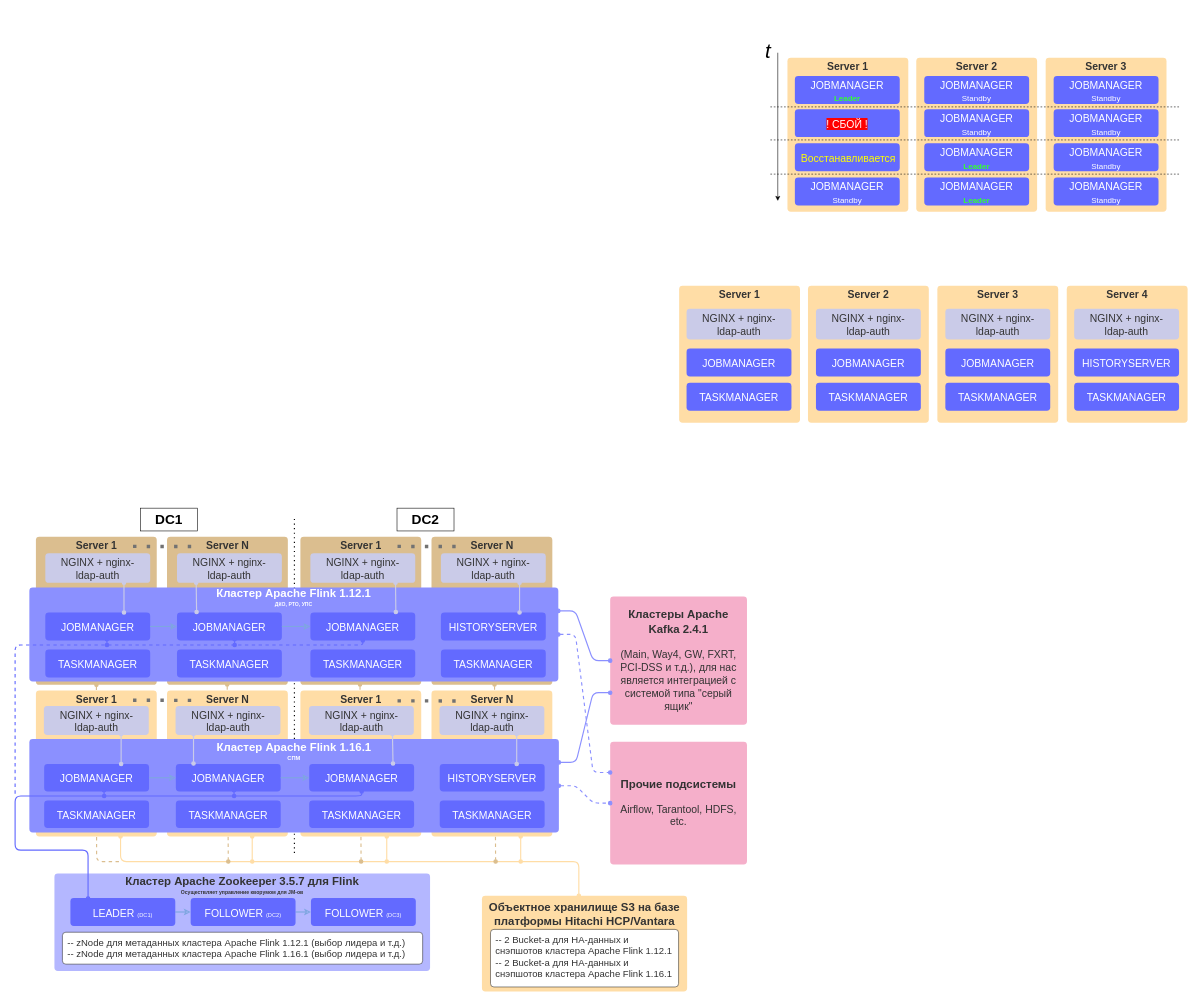
The draw.io diagram Flink 2.drawio in parametriq/diagrams, before the edit. Source tidied: cells renumbered, new cells numbered last; positions are measured from the earlier drawing's top-left corner, leaving out a move shared by most shapes. Both pictures are drawn from the tidied source at 57%, with x=0, y=0 at pixel (15, 35).
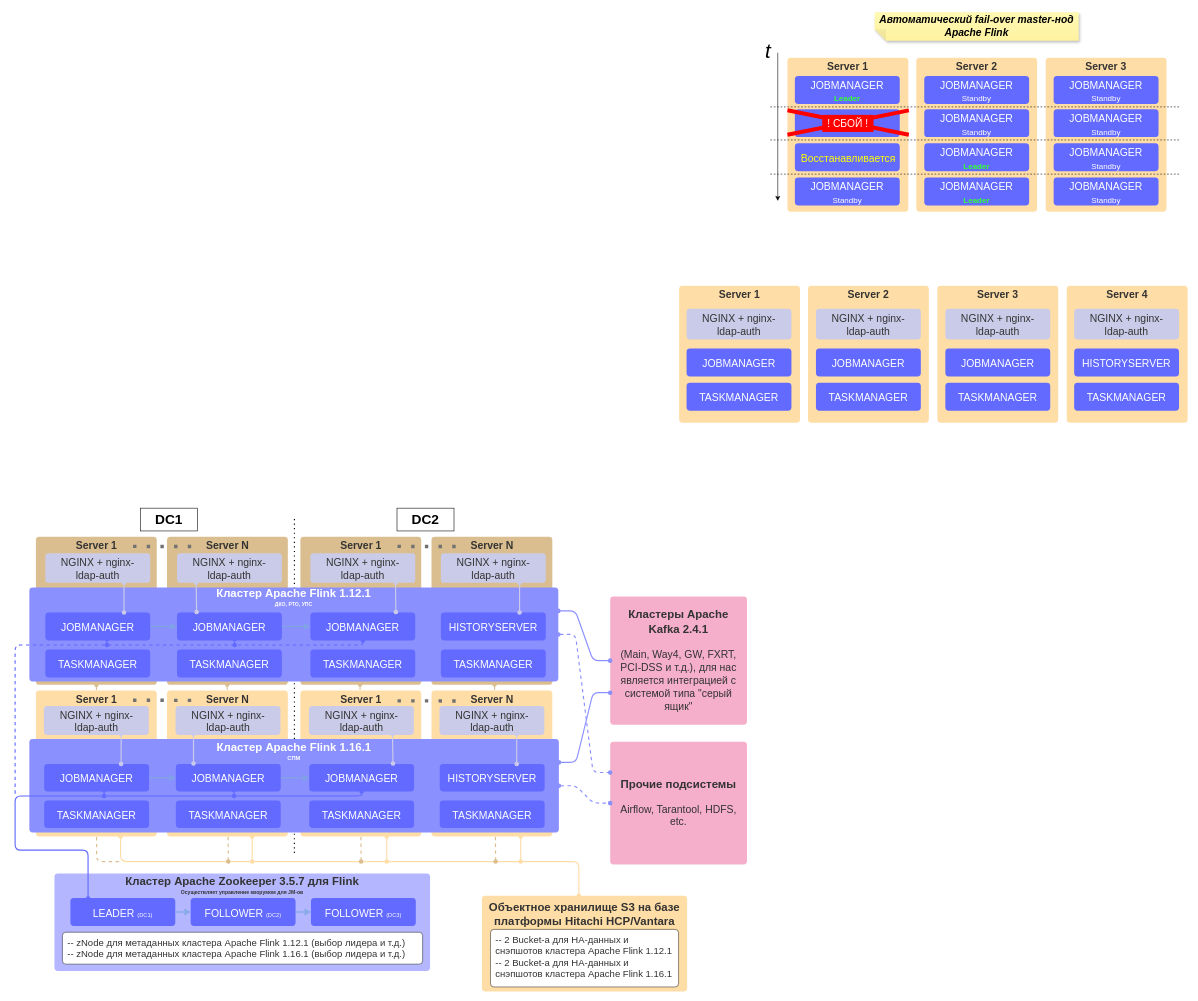
The same page after the edit.

The change refers to these unchanged cells:
```xml
<mxCell id="2" value="Server 1" style="html=1;overflow=block;blockSpacing=1;whiteSpace=wrap;fontSize=18.3;fontColor=#333333;fontStyle=1;spacingLeft=8.4;spacingRight=8.4;spacingTop=2.4;spacing=3.6;verticalAlign=top;strokeOpacity=0;fillOpacity=100;rounded=1;absoluteArcSize=1;arcSize=12;fillColor=#ffdda6;strokeWidth=0.8;" parent="1" vertex="1">
  <mxGeometry x="1355" y="40" width="212" height="270" as="geometry" />
</mxCell>
```

Change to the diagram source:
```diff
@@
-    <mxCell id="108" value="&lt;span style=&quot;background-color: rgb(255, 0, 0);&quot;&gt;! СБОЙ ! &lt;br&gt;&lt;/span&gt;" style="html=1;overflow=block;blockSpacing=1;whiteSpace=wrap;fontSize=18.3;fontColor=#ffffff;align=center;spacingLeft=8.4;spacingRight=8.4;spacingTop=2.4;spacing=3.6;strokeOpacity=0;fillOpacity=100;rounded=1;absoluteArcSize=1;arcSize=12;fillColor=#636aff;strokeWidth=0.8;" parent="1" vertex="1">
+    <mxCell id="108" style="html=1;overflow=block;blockSpacing=1;whiteSpace=wrap;fontSize=18.3;fontColor=#ffffff;align=center;spacingLeft=8.4;spacingRight=8.4;spacingTop=2.4;spacing=3.6;strokeOpacity=0;fillOpacity=100;rounded=1;absoluteArcSize=1;arcSize=12;fillColor=#636aff;strokeWidth=0.8;" parent="1" vertex="1">
       <mxGeometry x="1368" y="130" width="184" height="49" as="geometry" />
     </mxCell>
+    <mxCell id="120" style="endArrow=none;html=1;rounded=0;entryX=1.005;entryY=0.341;entryDx=0;entryDy=0;entryPerimeter=0;exitX=0;exitY=0.5;exitDx=0;exitDy=0;strokeColor=#FF0000;strokeWidth=7;" parent="1" edge="1" source="2" target="2">
+      <mxGeometry relative="1" as="geometry" />
+    </mxCell>
@@
+    <mxCell id="121" style="endArrow=none;html=1;rounded=0;entryX=1.005;entryY=0.341;entryDx=0;entryDy=0;entryPerimeter=0;exitX=0;exitY=0.5;exitDx=0;exitDy=0;strokeColor=#FF0000;strokeWidth=7;" parent="1" edge="1">
+      <mxGeometry relative="1" as="geometry">
+        <mxPoint x="1355" y="132" as="sourcePoint" />
+        <mxPoint x="1568" y="175" as="targetPoint" />
+      </mxGeometry>
+    </mxCell>
+    <mxCell id="122" value="&lt;font color=&quot;#ffffff&quot; style=&quot;font-size: 18px;&quot;&gt;&lt;span style=&quot;background-color: rgb(255, 0, 0);&quot;&gt;! СБОЙ ! &lt;br&gt;&lt;/span&gt;&lt;/font&gt;" style="rounded=0;whiteSpace=wrap;html=1;fillColor=#FF0000;strokeColor=none;" parent="1" vertex="1">
+      <mxGeometry x="1416" y="140" width="90" height="30" as="geometry" />
+    </mxCell>
+    <mxCell id="123" value="&lt;b&gt;&lt;font style=&quot;font-size: 18px;&quot;&gt;&lt;i&gt;Автоматический fail-over master-нод Apache Flink&lt;/i&gt;&lt;/font&gt;&lt;/b&gt;" style="shape=note;whiteSpace=wrap;html=1;backgroundOutline=1;fontColor=#000000;darkOpacity=0.05;fillColor=#FFF9B2;strokeColor=none;fillStyle=solid;direction=west;gradientDirection=north;gradientColor=#FFF2A1;shadow=1;size=20;" parent="1" vertex="1">
+      <mxGeometry x="1508" y="-40" width="358" height="50" as="geometry" />
+    </mxCell>
```
